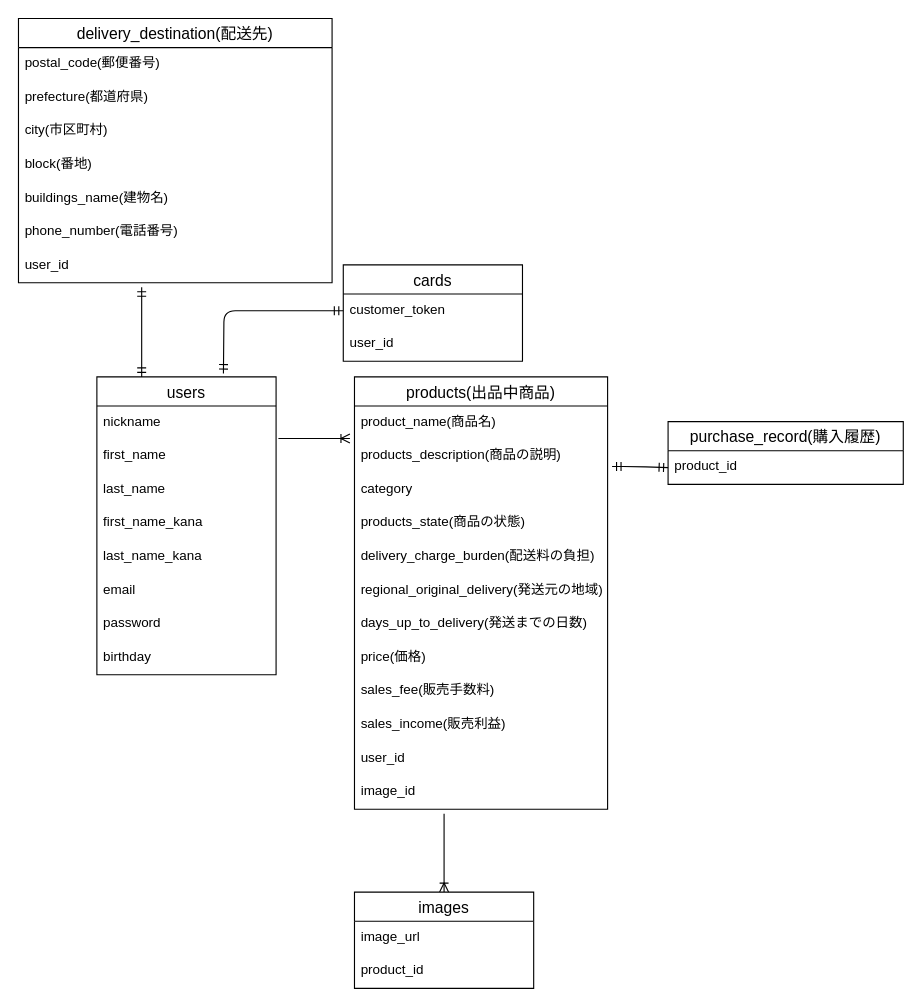
Above: furima.dio in nissy123/furima-38640 (draw.io), before the change. Source tidied: cells renumbered, new cells numbered last; positions are measured from the earlier drawing's top-left corner, leaving out a move shared by most shapes. Both pictures are drawn from the tidied source at 112%, with x=0, y=0 at pixel (18, 18).
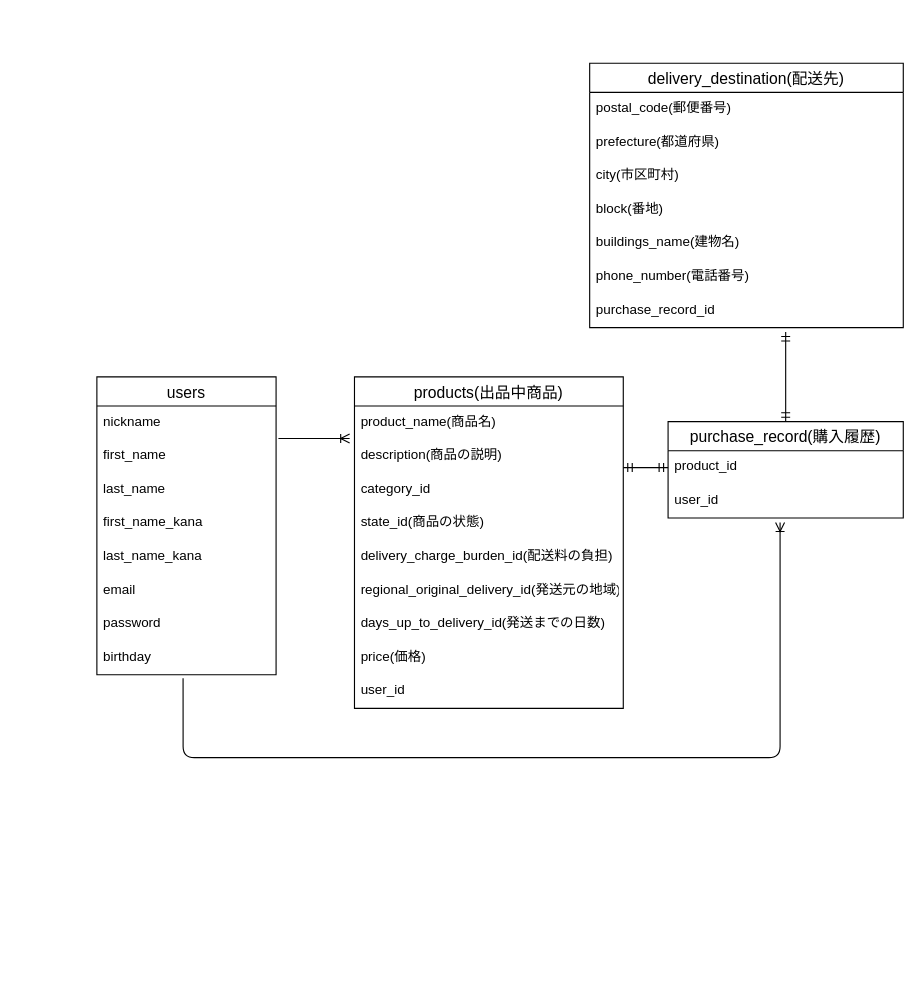
The same page after the edit.

Commit message (it also covers changes not shown here):
データベース設計修正1

Unchanged cells that the change refers to:
```xml
<mxCell id="2" value="users" style="swimlane;fontStyle=0;horizontal=1;startSize=26;align=center;fontSize=14;" parent="1" vertex="1">
  <mxGeometry x="70" y="320" width="160" height="266" as="geometry" />
</mxCell>
<mxCell id="10" value="birthday" style="text;strokeColor=none;fillColor=none;spacingLeft=4;spacingRight=4;overflow=hidden;points=[[0,0.5],[1,0.5]];portConstraint=eastwest;fontSize=12;" parent="2" vertex="1">
  <mxGeometry y="236" width="160" height="30" as="geometry" />
</mxCell>
<mxCell id="25" value="product_id" style="text;strokeColor=none;fillColor=none;spacingLeft=4;spacingRight=4;overflow=hidden;points=[[0,0.5],[1,0.5]];portConstraint=eastwest;fontSize=12;" parent="24" vertex="1">
  <mxGeometry y="26" width="210" height="30" as="geometry" />
</mxCell>
```

Change to the diagram source:
```diff
@@
     <mxCell id="11" value="products(出品中商品)" style="swimlane;fontStyle=0;horizontal=1;startSize=26;align=center;fontSize=14;" parent="1" vertex="1">
-      <mxGeometry x="300" y="320" width="226" height="386" as="geometry" />
+      <mxGeometry x="300" y="320" width="240" height="296" as="geometry" />
     </mxCell>
     <mxCell id="12" value="product_name(商品名)" style="text;strokeColor=none;fillColor=none;spacingLeft=4;spacingRight=4;overflow=hidden;points=[[0,0.5],[1,0.5]];portConstraint=eastwest;fontSize=12;" parent="11" vertex="1">
-      <mxGeometry y="26" width="226" height="30" as="geometry" />
+      <mxGeometry y="26" width="240" height="30" as="geometry" />
     </mxCell>
-    <mxCell id="13" value="products_description(商品の説明)" style="text;strokeColor=none;fillColor=none;spacingLeft=4;spacingRight=4;overflow=hidden;fontSize=12;" parent="11" vertex="1">
-      <mxGeometry y="56" width="226" height="30" as="geometry" />
+    <mxCell id="13" value="description(商品の説明)" style="text;strokeColor=none;fillColor=none;spacingLeft=4;spacingRight=4;overflow=hidden;fontSize=12;" parent="11" vertex="1">
+      <mxGeometry y="56" width="240" height="30" as="geometry" />
     </mxCell>
-    <mxCell id="14" value="category" style="text;strokeColor=none;fillColor=none;spacingLeft=4;spacingRight=4;overflow=hidden;fontSize=12;" parent="11" vertex="1">
-      <mxGeometry y="86" width="226" height="30" as="geometry" />
+    <mxCell id="14" value="category_id" style="text;strokeColor=none;fillColor=none;spacingLeft=4;spacingRight=4;overflow=hidden;fontSize=12;" parent="11" vertex="1">
+      <mxGeometry y="86" width="240" height="30" as="geometry" />
     </mxCell>
-    <mxCell id="15" value="products_state(商品の状態)" style="text;strokeColor=none;fillColor=none;spacingLeft=4;spacingRight=4;overflow=hidden;fontSize=12;" parent="11" vertex="1">
-      <mxGeometry y="116" width="226" height="30" as="geometry" />
+    <mxCell id="15" value="state_id(商品の状態)" style="text;strokeColor=none;fillColor=none;spacingLeft=4;spacingRight=4;overflow=hidden;fontSize=12;" parent="11" vertex="1">
+      <mxGeometry y="116" width="240" height="30" as="geometry" />
     </mxCell>
-    <mxCell id="16" value="delivery_charge_burden(配送料の負担)" style="text;strokeColor=none;fillColor=none;spacingLeft=4;spacingRight=4;overflow=hidden;fontSize=12;" parent="11" vertex="1">
-      <mxGeometry y="146" width="226" height="30" as="geometry" />
+    <mxCell id="16" value="delivery_charge_burden_id(配送料の負担)" style="text;strokeColor=none;fillColor=none;spacingLeft=4;spacingRight=4;overflow=hidden;fontSize=12;" parent="11" vertex="1">
+      <mxGeometry y="146" width="240" height="30" as="geometry" />
     </mxCell>
-    <mxCell id="17" value="regional_original_delivery(発送元の地域)" style="text;strokeColor=none;fillColor=none;spacingLeft=4;spacingRight=4;overflow=hidden;fontSize=12;" parent="11" vertex="1">
-      <mxGeometry y="176" width="226" height="30" as="geometry" />
+    <mxCell id="17" value="regional_original_delivery_id(発送元の地域)" style="text;strokeColor=none;fillColor=none;spacingLeft=4;spacingRight=4;overflow=hidden;fontSize=12;" parent="11" vertex="1">
+      <mxGeometry y="176" width="240" height="30" as="geometry" />
     </mxCell>
-    <mxCell id="18" value="days_up_to_delivery(発送までの日数)" style="text;strokeColor=none;fillColor=none;spacingLeft=4;spacingRight=4;overflow=hidden;fontSize=12;" parent="11" vertex="1">
-      <mxGeometry y="206" width="226" height="30" as="geometry" />
+    <mxCell id="18" value="days_up_to_delivery_id(発送までの日数)" style="text;strokeColor=none;fillColor=none;spacingLeft=4;spacingRight=4;overflow=hidden;fontSize=12;" parent="11" vertex="1">
+      <mxGeometry y="206" width="240" height="30" as="geometry" />
     </mxCell>
     <mxCell id="19" value="price(価格)" style="text;strokeColor=none;fillColor=none;spacingLeft=4;spacingRight=4;overflow=hidden;fontSize=12;" parent="11" vertex="1">
-      <mxGeometry y="236" width="226" height="30" as="geometry" />
+      <mxGeometry y="236" width="240" height="30" as="geometry" />
     </mxCell>
-    <mxCell id="20" value="sales_fee(販売手数料)" style="text;strokeColor=none;fillColor=none;spacingLeft=4;spacingRight=4;overflow=hidden;fontSize=12;" parent="11" vertex="1">
-      <mxGeometry y="266" width="226" height="30" as="geometry" />
-    </mxCell>
-    <mxCell id="21" value="sales_income(販売利益)" style="text;strokeColor=none;fillColor=none;spacingLeft=4;spacingRight=4;overflow=hidden;fontSize=12;" parent="11" vertex="1">
-      <mxGeometry y="296" width="226" height="30" as="geometry" />
-    </mxCell>
     <mxCell id="22" value="user_id" style="text;strokeColor=none;fillColor=none;spacingLeft=4;spacingRight=4;overflow=hidden;fontSize=12;" parent="11" vertex="1">
-      <mxGeometry y="326" width="226" height="30" as="geometry" />
+      <mxGeometry y="266" width="240" height="30" as="geometry" />
     </mxCell>
-    <mxCell id="23" value="image_id" style="text;strokeColor=none;fillColor=none;spacingLeft=4;spacingRight=4;overflow=hidden;fontSize=12;" parent="11" vertex="1">
-      <mxGeometry y="356" width="226" height="30" as="geometry" />
-    </mxCell>
     <mxCell id="24" value="purchase_record(購入履歴)" style="swimlane;fontStyle=0;horizontal=1;startSize=26;align=center;fontSize=14;" parent="1" vertex="1">
-      <mxGeometry x="580" y="360" width="210" height="56" as="geometry" />
+      <mxGeometry x="580" y="360" width="210" height="86" as="geometry" />
     </mxCell>
@@
+    <mxCell id="39" value="user_id" style="text;strokeColor=none;fillColor=none;spacingLeft=4;spacingRight=4;overflow=hidden;fontSize=12;" parent="24" vertex="1">
+      <mxGeometry y="56" width="210" height="30" as="geometry" />
+    </mxCell>
     <mxCell id="26" value="delivery_destination(配送先)" style="swimlane;fontStyle=0;horizontal=1;startSize=26;align=center;fontSize=14;" parent="1" vertex="1">
-      <mxGeometry width="280" height="236" as="geometry" />
+      <mxGeometry x="510" y="40" width="280" height="236" as="geometry" />
     </mxCell>
@@
-    <mxCell id="33" value="user_id" style="text;strokeColor=none;fillColor=none;spacingLeft=4;spacingRight=4;overflow=hidden;fontSize=12;" parent="26" vertex="1">
+    <mxCell id="33" value="purchase_record_id" style="text;strokeColor=none;fillColor=none;spacingLeft=4;spacingRight=4;overflow=hidden;fontSize=12;" parent="26" vertex="1">
       <mxGeometry y="206" width="280" height="30" as="geometry" />
     </mxCell>
-    <mxCell id="34" value="images" style="swimlane;fontStyle=0;horizontal=1;startSize=26;align=center;fontSize=14;" parent="1" vertex="1">
-      <mxGeometry x="300" y="780" width="160" height="86" as="geometry" />
-    </mxCell>
-    <mxCell id="35" value="image_url" style="text;strokeColor=none;fillColor=none;spacingLeft=4;spacingRight=4;overflow=hidden;fontSize=12;" parent="34" vertex="1">
-      <mxGeometry y="26" width="160" height="30" as="geometry" />
-    </mxCell>
-    <mxCell id="36" value="product_id" style="text;strokeColor=none;fillColor=none;spacingLeft=4;spacingRight=4;overflow=hidden;fontSize=12;" parent="34" vertex="1">
-      <mxGeometry y="56" width="160" height="30" as="geometry" />
-    </mxCell>
-    <mxCell id="37" value="cards" style="swimlane;fontStyle=0;horizontal=1;startSize=26;align=center;fontSize=14;" parent="1" vertex="1">
-      <mxGeometry x="290" y="220" width="160" height="86" as="geometry" />
-    </mxCell>
-    <mxCell id="38" value="customer_token" style="text;strokeColor=none;fillColor=none;spacingLeft=4;spacingRight=4;overflow=hidden;points=[[0,0.5],[1,0.5]];portConstraint=eastwest;fontSize=12;" parent="37" vertex="1">
-      <mxGeometry y="26" width="160" height="30" as="geometry" />
-    </mxCell>
-    <mxCell id="39" value="user_id" style="text;strokeColor=none;fillColor=none;spacingLeft=4;spacingRight=4;overflow=hidden;fontSize=12;" parent="37" vertex="1">
-      <mxGeometry y="56" width="160" height="30" as="geometry" />
-    </mxCell>
@@
-    <mxCell id="41" style="fontSize=12;html=1;endArrow=ERoneToMany;entryX=0.5;entryY=0;entryDx=0;entryDy=0;" parent="1" edge="1" target="34">
-      <mxGeometry relative="1" as="geometry">
-        <mxPoint x="380" y="710" as="sourcePoint" />
-      </mxGeometry>
-    </mxCell>
-    <mxCell id="42" style="fontSize=12;html=1;endArrow=ERmandOne;startArrow=ERmandOne;exitX=0.25;exitY=0;exitDx=0;exitDy=0;" parent="1" edge="1" source="2">
-      <mxGeometry relative="1" as="geometry">
-        <mxPoint x="110" y="240" as="targetPoint" />
-      </mxGeometry>
-    </mxCell>
-    <mxCell id="43" style="edgeStyle=orthogonalEdgeStyle;fontSize=12;html=1;endArrow=ERmandOne;startArrow=ERmandOne;entryX=0;entryY=0.5;entryDx=0;entryDy=0;" parent="1" edge="1" target="38">
-      <mxGeometry relative="1" as="geometry">
-        <mxPoint x="183" y="317" as="sourcePoint" />
-      </mxGeometry>
-    </mxCell>
     <mxCell id="44" style="fontSize=12;html=1;endArrow=ERmandOne;startArrow=ERmandOne;entryX=0;entryY=0.5;entryDx=0;entryDy=0;" parent="1" edge="1" target="25">
       <mxGeometry relative="1" as="geometry">
-        <mxPoint x="530" y="400" as="sourcePoint" />
-        <Array as="points">
-          <mxPoint x="550" y="400" />
-        </Array>
+        <mxPoint x="540" y="401" as="sourcePoint" />
       </mxGeometry>
     </mxCell>
+    <mxCell id="45" style="fontSize=12;html=1;endArrow=ERmandOne;startArrow=ERmandOne;exitX=0.5;exitY=0;exitDx=0;exitDy=0;" parent="1" edge="1" source="24">
+      <mxGeometry relative="1" as="geometry">
+        <mxPoint x="685" y="280" as="targetPoint" />
+      </mxGeometry>
+    </mxCell>
+    <mxCell id="46" style="edgeStyle=orthogonalEdgeStyle;fontSize=12;html=1;endArrow=ERoneToMany;exitX=0.481;exitY=1.1;exitDx=0;exitDy=0;exitPerimeter=0;" parent="1" edge="1" source="10">
+      <mxGeometry relative="1" as="geometry">
+        <mxPoint x="680" y="450" as="targetPoint" />
+        <Array as="points">
+          <mxPoint x="147" y="660" />
+          <mxPoint x="680" y="660" />
+        </Array>
+      </mxGeometry>
+    </mxCell>
```
